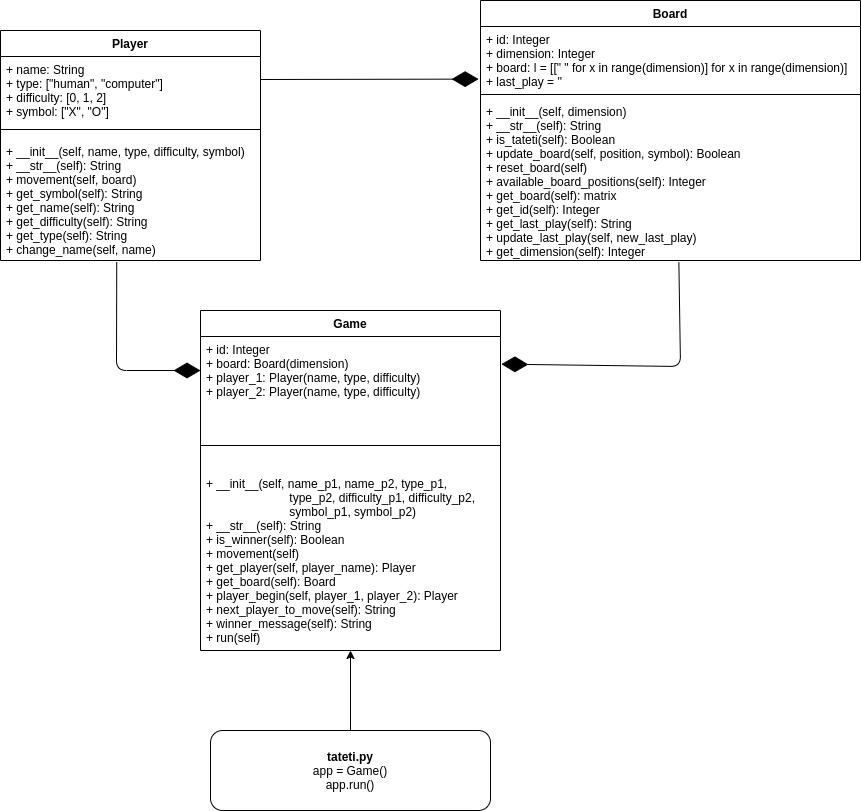
joagonzalez/tateti keeps this draw.io diagram as doc/tateti.png. Above is the earlier version. Source tidied: cells renumbered, new cells last; positions are measured from the earlier drawing's top-left corner, leaving out a move shared by most shapes.
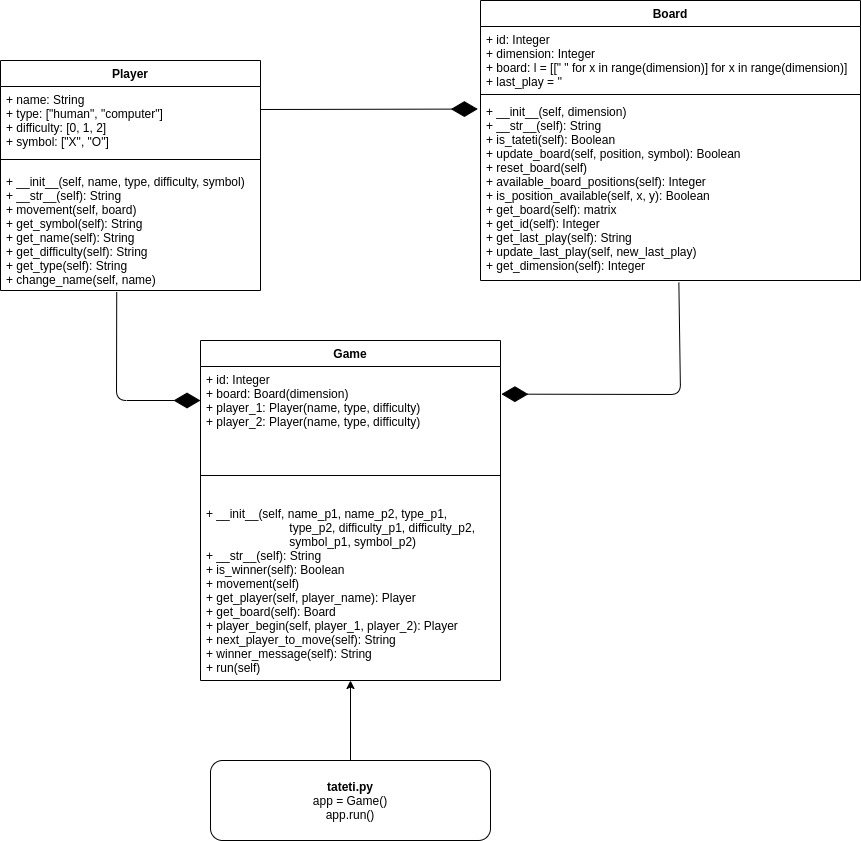
After the commit.

What changed in the source:
```diff
@@ -15,7 +15,7 @@
       <mxGeometry y="108" width="260" height="122" as="geometry" />
     </mxCell>
     <mxCell id="6" value="Board" style="swimlane;fontStyle=1;align=center;verticalAlign=top;horizontal=1;startSize=26;" parent="1" vertex="1">
-      <mxGeometry x="480" width="380" height="260" as="geometry" />
+      <mxGeometry x="480" y="-30" width="380" height="280" as="geometry" />
     </mxCell>
     <mxCell id="7" value="+ id: Integer&#10;+ dimension: Integer&#10;+ board: l = [[&quot; &quot; for x in range(dimension)] for x in range(dimension)]&#10;+ last_play = ''" style="text;strokeColor=none;fillColor=none;align=left;verticalAlign=top;spacingLeft=4;spacingRight=4;overflow=hidden;points=[[0,0.5],[1,0.5]];portConstraint=eastwest;" parent="6" vertex="1">
       <mxGeometry y="26" width="380" height="64" as="geometry" />
@@ -23,8 +23,8 @@
     <mxCell id="8" style="line;strokeWidth=1;fillColor=none;align=left;verticalAlign=middle;spacingTop=-1;spacingLeft=3;spacingRight=3;labelPosition=right;" parent="6" vertex="1">
       <mxGeometry y="90" width="380" height="8" as="geometry" />
     </mxCell>
-    <mxCell id="9" value="+ __init__(self, dimension)&#10;+ __str__(self): String&#10;+ is_tateti(self): Boolean&#10;+ update_board(self, position, symbol): Boolean&#10;+ reset_board(self)&#10;+ available_board_positions(self): Integer&#10;+ get_board(self): matrix&#10;+ get_id(self): Integer&#10;+ get_last_play(self): String&#10;+ update_last_play(self, new_last_play)&#10;+ get_dimension(self): Integer" style="text;strokeColor=none;fillColor=none;align=left;verticalAlign=top;spacingLeft=4;spacingRight=4;overflow=hidden;points=[[0,0.5],[1,0.5]];portConstraint=eastwest;" parent="6" vertex="1">
-      <mxGeometry y="98" width="380" height="162" as="geometry" />
+    <mxCell id="9" value="+ __init__(self, dimension)&#10;+ __str__(self): String&#10;+ is_tateti(self): Boolean&#10;+ update_board(self, position, symbol): Boolean&#10;+ reset_board(self)&#10;+ available_board_positions(self): Integer&#10;+ is_position_available(self, x, y): Boolean&#10;+ get_board(self): matrix&#10;+ get_id(self): Integer&#10;+ get_last_play(self): String&#10;+ update_last_play(self, new_last_play)&#10;+ get_dimension(self): Integer" style="text;strokeColor=none;fillColor=none;align=left;verticalAlign=top;spacingLeft=4;spacingRight=4;overflow=hidden;points=[[0,0.5],[1,0.5]];portConstraint=eastwest;" parent="6" vertex="1">
+      <mxGeometry y="98" width="380" height="182" as="geometry" />
     </mxCell>
     <mxCell id="10" value="Game" style="swimlane;fontStyle=1;align=center;verticalAlign=top;horizontal=1;startSize=26;" parent="1" vertex="1">
       <mxGeometry x="200" y="310" width="300" height="340" as="geometry" />
@@ -49,11 +49,11 @@
     <mxCell id="15" style="endArrow=diamondThin;endFill=1;endSize=24;html=1;exitX=0.522;exitY=1.012;exitDx=0;exitDy=0;exitPerimeter=0;entryX=1.003;entryY=0.329;entryDx=0;entryDy=0;entryPerimeter=0;" parent="1" edge="1" source="9" target="11">
       <mxGeometry relative="1" as="geometry">
         <Array as="points">
-          <mxPoint x="680" y="366" />
+          <mxPoint x="680" y="364" />
         </Array>
       </mxGeometry>
     </mxCell>
-    <mxCell id="16" style="endArrow=diamondThin;endFill=1;endSize=24;html=1;entryX=-0.005;entryY=0.822;entryDx=0;entryDy=0;entryPerimeter=0;" parent="1" edge="1" target="7">
+    <mxCell id="16" style="endArrow=diamondThin;endFill=1;endSize=24;html=1;entryX=-0.007;entryY=0.058;entryDx=0;entryDy=0;entryPerimeter=0;" parent="1" edge="1" target="9">
       <mxGeometry relative="1" as="geometry">
         <mxPoint x="260" y="79" as="sourcePoint" />
       </mxGeometry>
```
